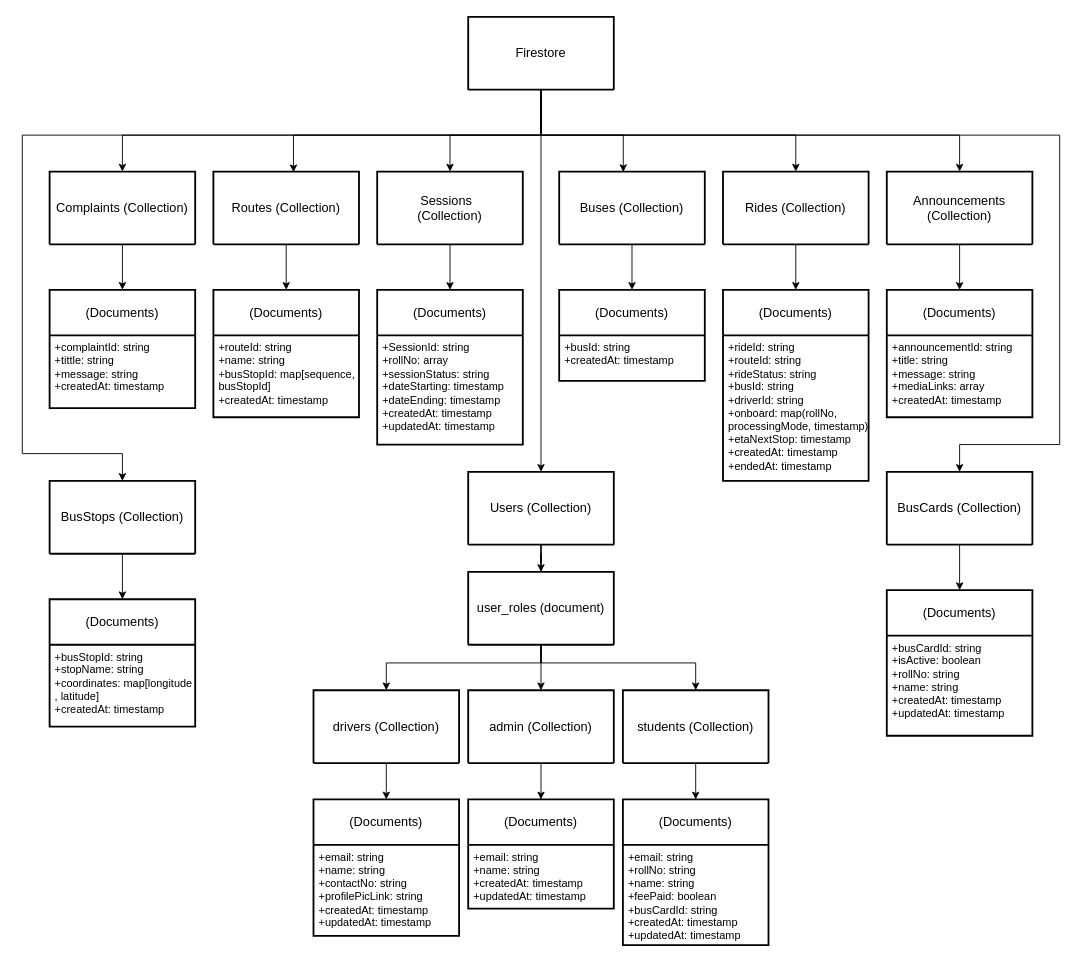
Earlier version of the draw.io diagram NTU Ride Pilot/Documentation/Diagrams/Database Design/database.drawio (Abubakar-doc/FYP-24-SE-A-204). Source tidied: cells renumbered, new cells numbered last; positions are measured from the earlier drawing's top-left corner, leaving out a move shared by most shapes. Both pictures are drawn from the tidied source at 91%, with x=0, y=0 at pixel (22, 16).
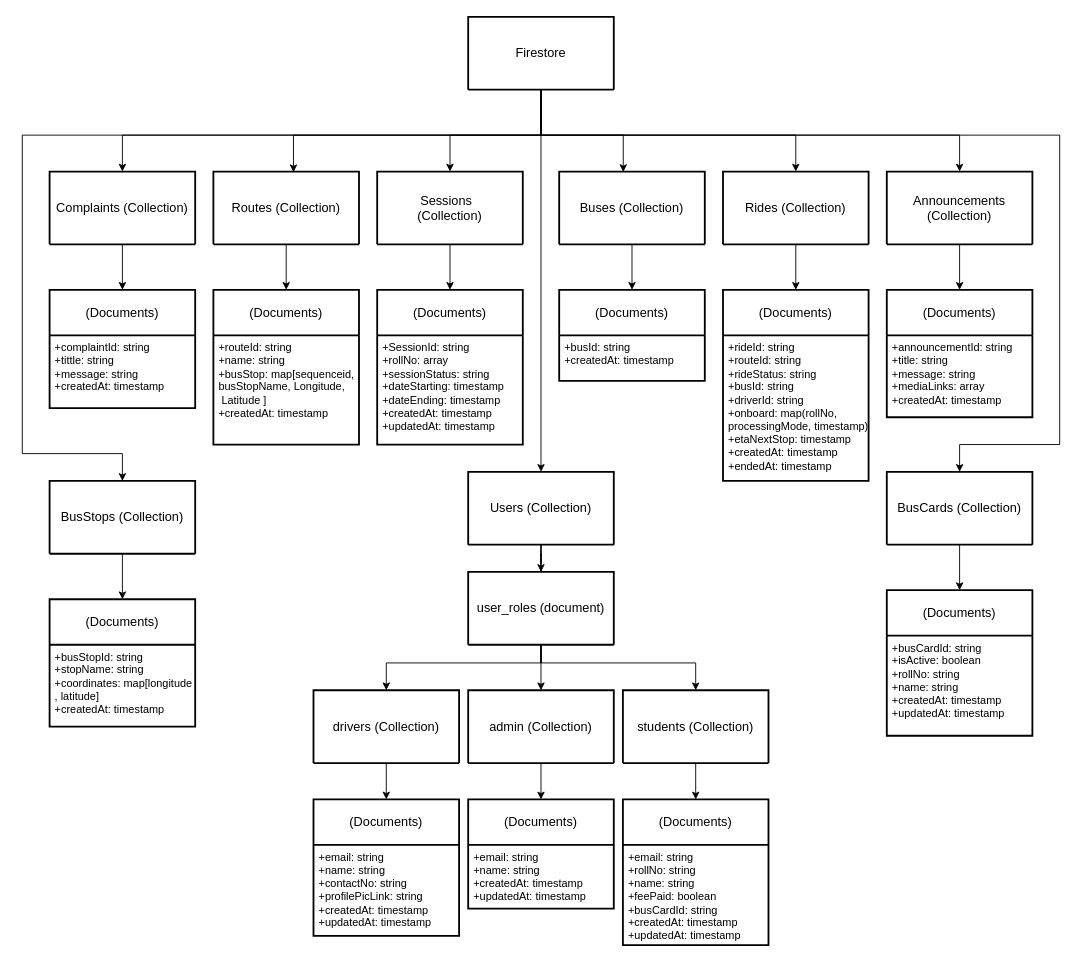
After the change.

Commit message (it also covers changes not shown here):
change in data base design

What changed in the source:
```diff
@@
     <mxCell id="12" value="(Documents)" style="swimlane;horizontal=1;startSize=50;rounded=0;fontSize=14;fontStyle=0;strokeWidth=2;shadow=0;dashed=0;align=center;arcSize=4;whiteSpace=wrap;html=1;" parent="1" vertex="1">
-      <mxGeometry x="210" y="300" width="160" height="140" as="geometry" />
+      <mxGeometry x="210" y="300" width="160" height="170" as="geometry" />
     </mxCell>
-    <mxCell id="13" value="&lt;div&gt;&lt;div&gt;+routeId: string&lt;/div&gt;&lt;div&gt;&lt;div&gt;+name: string&lt;/div&gt;&lt;/div&gt;&lt;/div&gt;&lt;div&gt;+busStopId: map[sequence,&lt;/div&gt;&lt;div&gt;busStopId]&lt;/div&gt;&lt;div&gt;      +createdAt: &lt;span class=&quot;hljs-type&quot;&gt;timestamp&lt;/span&gt;&lt;/div&gt;" style="align=left;strokeColor=none;fillColor=none;spacingLeft=4;fontSize=12;verticalAlign=top;html=1;rounded=0;" parent="12" vertex="1">
-      <mxGeometry y="50" width="160" height="90" as="geometry" />
+    <mxCell id="13" value="&lt;div&gt;&lt;div&gt;+routeId: string&lt;/div&gt;&lt;div&gt;&lt;div&gt;+name: string&lt;/div&gt;&lt;/div&gt;&lt;/div&gt;&lt;div&gt;+busStop: map[sequenceid,&lt;/div&gt;&lt;div&gt;busStopName, Longitude,&lt;/div&gt;&lt;div&gt;&amp;nbsp;Latitude ]&lt;/div&gt;&lt;div&gt;      +createdAt: &lt;span class=&quot;hljs-type&quot;&gt;timestamp&lt;/span&gt;&lt;/div&gt;" style="align=left;strokeColor=none;fillColor=none;spacingLeft=4;fontSize=12;verticalAlign=top;html=1;rounded=0;" parent="12" vertex="1">
+      <mxGeometry y="50" width="160" height="120" as="geometry" />
     </mxCell>
```
